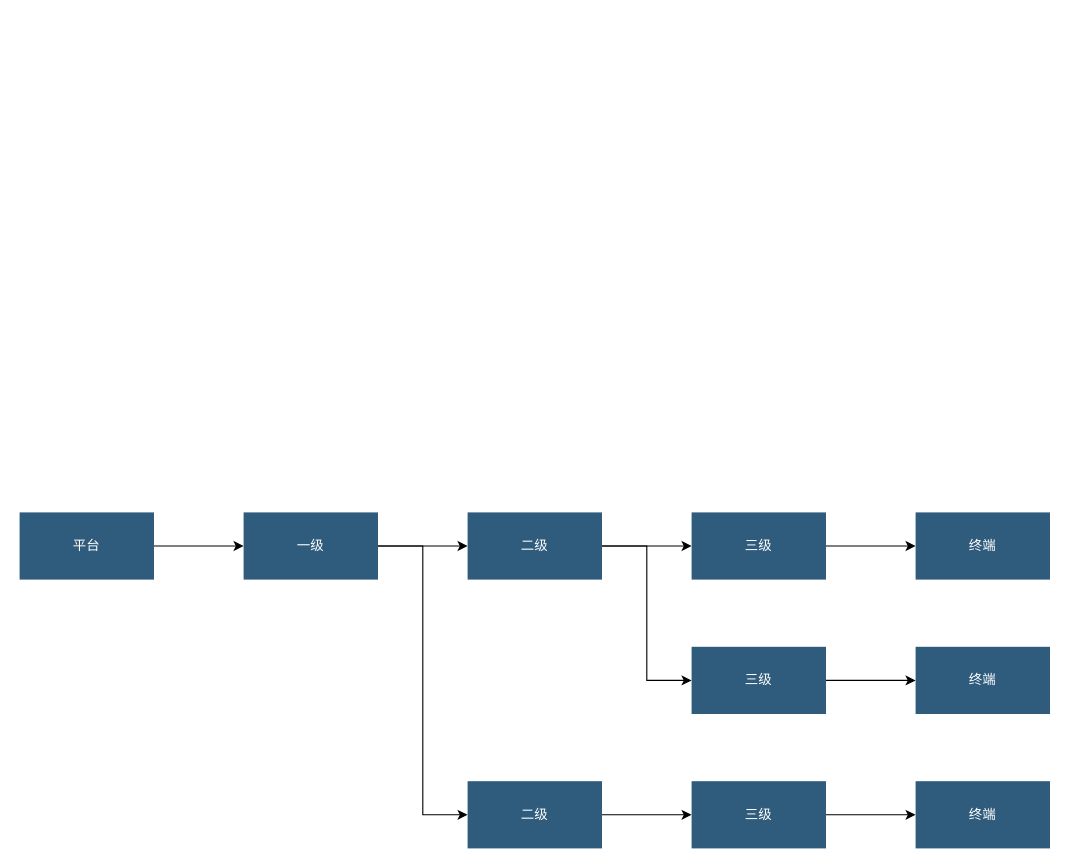
Before: page "树级分佣" (1 of 3) of 分佣模式.drawio in xiaoming728/draw, a draw.io diagram. Source tidied: cells renumbered, new cells numbered last; positions are measured from the earlier drawing's top-left corner, leaving out a move shared by most shapes. Both pictures are drawn from the tidied source at 112%, with x=0, y=0 at pixel (19, 512).
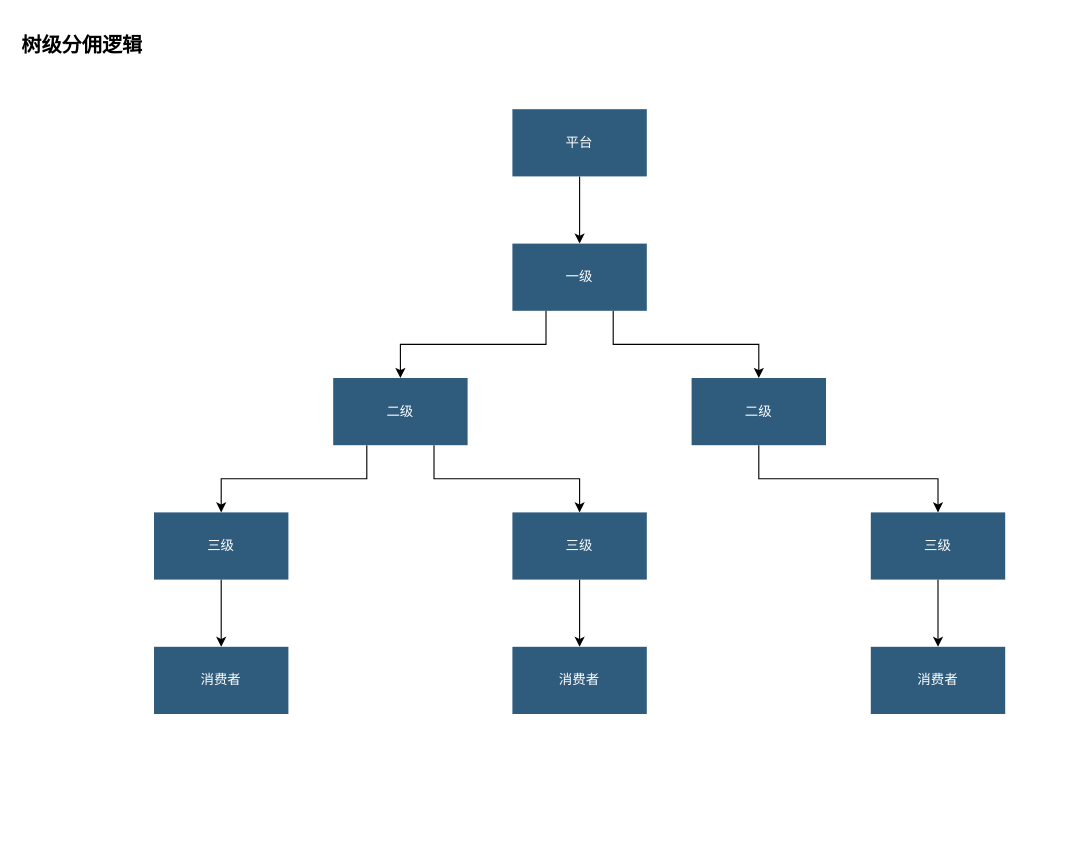
The same diagram, later.

Commit message (it also covers changes not shown here):
更新分佣模式.drawio

Change to the diagram source:
```diff
@@
-    <mxCell id="2" style="edgeStyle=orthogonalEdgeStyle;rounded=0;jettySize=auto;html=1;exitX=1;exitY=0.5;exitDx=0;exitDy=0;entryX=0;entryY=0.5;entryDx=0;entryDy=0;" parent="1" edge="1" source="3" target="6">
+    <mxCell id="2" style="edgeStyle=orthogonalEdgeStyle;rounded=0;jettySize=auto;html=1;exitX=0.5;exitY=1;exitDx=0;exitDy=0;" parent="1" edge="1" source="3" target="6">
       <mxGeometry relative="1" as="geometry" />
     </mxCell>
     <mxCell id="3" value="平台" style="whiteSpace=wrap;shadow=0;fontColor=#FFFFFF;fontFamily=Helvetica;fontStyle=0;html=1;fontSize=12;plain-purple;strokeColor=none;fillColor=#2f5b7c;gradientColor=none;spacing=6;verticalAlign=middle;" parent="1" vertex="1">
-      <mxGeometry width="120" height="60" as="geometry" />
+      <mxGeometry x="440" y="-360" width="120" height="60" as="geometry" />
     </mxCell>
-    <mxCell id="4" style="edgeStyle=orthogonalEdgeStyle;rounded=0;jettySize=auto;html=1;exitX=1;exitY=0.5;exitDx=0;exitDy=0;entryX=0;entryY=0.5;entryDx=0;entryDy=0;" parent="1" edge="1" source="6" target="9">
+    <mxCell id="4" style="edgeStyle=orthogonalEdgeStyle;rounded=0;jettySize=auto;html=1;exitX=0.25;exitY=1;exitDx=0;exitDy=0;" parent="1" edge="1" source="6" target="9">
       <mxGeometry relative="1" as="geometry" />
     </mxCell>
-    <mxCell id="5" style="edgeStyle=orthogonalEdgeStyle;rounded=0;jettySize=auto;html=1;exitX=1;exitY=0.5;exitDx=0;exitDy=0;entryX=0;entryY=0.5;entryDx=0;entryDy=0;" parent="1" edge="1" source="6" target="14">
+    <mxCell id="5" style="edgeStyle=orthogonalEdgeStyle;rounded=0;jettySize=auto;html=1;exitX=0.75;exitY=1;exitDx=0;exitDy=0;entryX=0.5;entryY=0;entryDx=0;entryDy=0;" parent="1" edge="1" source="6" target="14">
       <mxGeometry relative="1" as="geometry" />
     </mxCell>
     <mxCell id="6" value="一级" style="whiteSpace=wrap;shadow=0;fontColor=#FFFFFF;fontFamily=Helvetica;fontStyle=0;html=1;fontSize=12;plain-purple;strokeColor=none;fillColor=#2f5b7c;gradientColor=none;spacing=6;verticalAlign=middle;" parent="1" vertex="1">
-      <mxGeometry x="200" width="120" height="60" as="geometry" />
+      <mxGeometry x="440" y="-240" width="120" height="60" as="geometry" />
     </mxCell>
-    <mxCell id="7" style="edgeStyle=orthogonalEdgeStyle;rounded=0;jettySize=auto;html=1;exitX=1;exitY=0.5;exitDx=0;exitDy=0;entryX=0;entryY=0.5;entryDx=0;entryDy=0;" parent="1" edge="1" source="9" target="11">
+    <mxCell id="7" style="edgeStyle=orthogonalEdgeStyle;rounded=0;jettySize=auto;html=1;exitX=0.25;exitY=1;exitDx=0;exitDy=0;entryX=0.5;entryY=0;entryDx=0;entryDy=0;" parent="1" edge="1" source="9" target="11">
       <mxGeometry relative="1" as="geometry" />
     </mxCell>
-    <mxCell id="8" style="edgeStyle=orthogonalEdgeStyle;rounded=0;jettySize=auto;html=1;exitX=1;exitY=0.5;exitDx=0;exitDy=0;entryX=0;entryY=0.5;entryDx=0;entryDy=0;" parent="1" edge="1" source="9" target="16">
+    <mxCell id="8" style="edgeStyle=orthogonalEdgeStyle;rounded=0;jettySize=auto;html=1;exitX=0.75;exitY=1;exitDx=0;exitDy=0;" parent="1" edge="1" source="9" target="16">
       <mxGeometry relative="1" as="geometry" />
     </mxCell>
     <mxCell id="9" value="二级" style="whiteSpace=wrap;shadow=0;fontColor=#FFFFFF;fontFamily=Helvetica;fontStyle=0;html=1;fontSize=12;plain-purple;strokeColor=none;fillColor=#2f5b7c;gradientColor=none;spacing=6;verticalAlign=middle;" parent="1" vertex="1">
-      <mxGeometry x="400" width="120" height="60" as="geometry" />
+      <mxGeometry x="280" y="-120" width="120" height="60" as="geometry" />
     </mxCell>
-    <mxCell id="10" style="edgeStyle=orthogonalEdgeStyle;rounded=0;jettySize=auto;html=1;exitX=1;exitY=0.5;exitDx=0;exitDy=0;" parent="1" edge="1" source="11" target="12">
+    <mxCell id="10" style="edgeStyle=orthogonalEdgeStyle;rounded=0;jettySize=auto;html=1;exitX=0.5;exitY=1;exitDx=0;exitDy=0;" parent="1" edge="1" source="11" target="12">
       <mxGeometry relative="1" as="geometry" />
     </mxCell>
     <mxCell id="11" value="三级" style="whiteSpace=wrap;shadow=0;fontColor=#FFFFFF;fontFamily=Helvetica;fontStyle=0;html=1;fontSize=12;plain-purple;strokeColor=none;fillColor=#2f5b7c;gradientColor=none;spacing=6;verticalAlign=middle;" parent="1" vertex="1">
-      <mxGeometry x="600" width="120" height="60" as="geometry" />
+      <mxGeometry x="120" width="120" height="60" as="geometry" />
     </mxCell>
-    <mxCell id="12" value="终端" style="whiteSpace=wrap;shadow=0;fontColor=#FFFFFF;fontFamily=Helvetica;fontStyle=0;html=1;fontSize=12;plain-purple;strokeColor=none;fillColor=#2f5b7c;gradientColor=none;spacing=6;verticalAlign=middle;" parent="1" vertex="1">
-      <mxGeometry x="800" width="120" height="60" as="geometry" />
+    <mxCell id="12" value="消费者" style="whiteSpace=wrap;shadow=0;fontColor=#FFFFFF;fontFamily=Helvetica;fontStyle=0;html=1;fontSize=12;plain-purple;strokeColor=none;fillColor=#2f5b7c;gradientColor=none;spacing=6;verticalAlign=middle;" parent="1" vertex="1">
+      <mxGeometry x="120" y="120" width="120" height="60" as="geometry" />
     </mxCell>
-    <mxCell id="13" style="edgeStyle=orthogonalEdgeStyle;rounded=0;jettySize=auto;html=1;exitX=1;exitY=0.5;exitDx=0;exitDy=0;entryX=0;entryY=0.5;entryDx=0;entryDy=0;" parent="1" edge="1" source="14" target="18">
+    <mxCell id="13" style="edgeStyle=orthogonalEdgeStyle;rounded=0;jettySize=auto;html=1;exitX=0.5;exitY=1;exitDx=0;exitDy=0;" parent="1" edge="1" source="14" target="18">
       <mxGeometry relative="1" as="geometry" />
     </mxCell>
     <mxCell id="14" value="二级" style="whiteSpace=wrap;shadow=0;fontColor=#FFFFFF;fontFamily=Helvetica;fontStyle=0;html=1;fontSize=12;plain-purple;strokeColor=none;fillColor=#2f5b7c;gradientColor=none;spacing=6;verticalAlign=middle;" parent="1" vertex="1">
-      <mxGeometry x="400" y="240" width="120" height="60" as="geometry" />
+      <mxGeometry x="600" y="-120" width="120" height="60" as="geometry" />
     </mxCell>
-    <mxCell id="15" style="edgeStyle=orthogonalEdgeStyle;rounded=0;jettySize=auto;html=1;exitX=1;exitY=0.5;exitDx=0;exitDy=0;" parent="1" edge="1" source="16" target="20">
+    <mxCell id="15" style="edgeStyle=orthogonalEdgeStyle;rounded=0;jettySize=auto;html=1;exitX=0.5;exitY=1;exitDx=0;exitDy=0;entryX=0.5;entryY=0;entryDx=0;entryDy=0;" parent="1" edge="1" source="16" target="20">
       <mxGeometry relative="1" as="geometry" />
     </mxCell>
     <mxCell id="16" value="三级" style="whiteSpace=wrap;shadow=0;fontColor=#FFFFFF;fontFamily=Helvetica;fontStyle=0;html=1;fontSize=12;plain-purple;strokeColor=none;fillColor=#2f5b7c;gradientColor=none;spacing=6;verticalAlign=middle;" parent="1" vertex="1">
-      <mxGeometry x="600" y="120" width="120" height="60" as="geometry" />
+      <mxGeometry x="440" width="120" height="60" as="geometry" />
     </mxCell>
-    <mxCell id="17" style="edgeStyle=orthogonalEdgeStyle;rounded=0;jettySize=auto;html=1;exitX=1;exitY=0.5;exitDx=0;exitDy=0;entryX=0;entryY=0.5;entryDx=0;entryDy=0;" parent="1" edge="1" source="18" target="19">
+    <mxCell id="17" style="edgeStyle=orthogonalEdgeStyle;rounded=0;jettySize=auto;html=1;exitX=0.5;exitY=1;exitDx=0;exitDy=0;entryX=0.5;entryY=0;entryDx=0;entryDy=0;" parent="1" edge="1" source="18" target="19">
       <mxGeometry relative="1" as="geometry" />
     </mxCell>
     <mxCell id="18" value="三级" style="whiteSpace=wrap;shadow=0;fontColor=#FFFFFF;fontFamily=Helvetica;fontStyle=0;html=1;fontSize=12;plain-purple;strokeColor=none;fillColor=#2f5b7c;gradientColor=none;spacing=6;verticalAlign=middle;" parent="1" vertex="1">
-      <mxGeometry x="600" y="240" width="120" height="60" as="geometry" />
+      <mxGeometry x="760" width="120" height="60" as="geometry" />
     </mxCell>
-    <mxCell id="19" value="终端" style="whiteSpace=wrap;shadow=0;fontColor=#FFFFFF;fontFamily=Helvetica;fontStyle=0;html=1;fontSize=12;plain-purple;strokeColor=none;fillColor=#2f5b7c;gradientColor=none;spacing=6;verticalAlign=middle;" parent="1" vertex="1">
-      <mxGeometry x="800" y="240" width="120" height="60" as="geometry" />
+    <mxCell id="19" value="消费者" style="whiteSpace=wrap;shadow=0;fontColor=#FFFFFF;fontFamily=Helvetica;fontStyle=0;html=1;fontSize=12;plain-purple;strokeColor=none;fillColor=#2f5b7c;gradientColor=none;spacing=6;verticalAlign=middle;" parent="1" vertex="1">
+      <mxGeometry x="760" y="120" width="120" height="60" as="geometry" />
     </mxCell>
-    <mxCell id="20" value="终端" style="whiteSpace=wrap;shadow=0;fontColor=#FFFFFF;fontFamily=Helvetica;fontStyle=0;html=1;fontSize=12;plain-purple;strokeColor=none;fillColor=#2f5b7c;gradientColor=none;spacing=6;verticalAlign=middle;" parent="1" vertex="1">
-      <mxGeometry x="800" y="120" width="120" height="60" as="geometry" />
+    <mxCell id="20" value="消费者" style="whiteSpace=wrap;shadow=0;fontColor=#FFFFFF;fontFamily=Helvetica;fontStyle=0;html=1;fontSize=12;plain-purple;strokeColor=none;fillColor=#2f5b7c;gradientColor=none;spacing=6;verticalAlign=middle;" parent="1" vertex="1">
+      <mxGeometry x="440" y="120" width="120" height="60" as="geometry" />
     </mxCell>
+    <mxCell id="21" value="&lt;h1 style=&quot;margin-top: 0px;&quot;&gt;&lt;span style=&quot;font-size: 18px;&quot;&gt;树级分佣逻辑&lt;/span&gt;&lt;/h1&gt;&lt;div&gt;&lt;span style=&quot;font-size: 18px; background-color: transparent; color: light-dark(rgb(0, 0, 0), rgb(255, 255, 255)); white-space: pre;&quot;&gt;&#9;&lt;/span&gt;&lt;/div&gt;" style="text;html=1;whiteSpace=wrap;overflow=hidden;rounded=0;" parent="1" vertex="1">
+      <mxGeometry y="-440" width="270" height="40" as="geometry" />
+    </mxCell>
```
